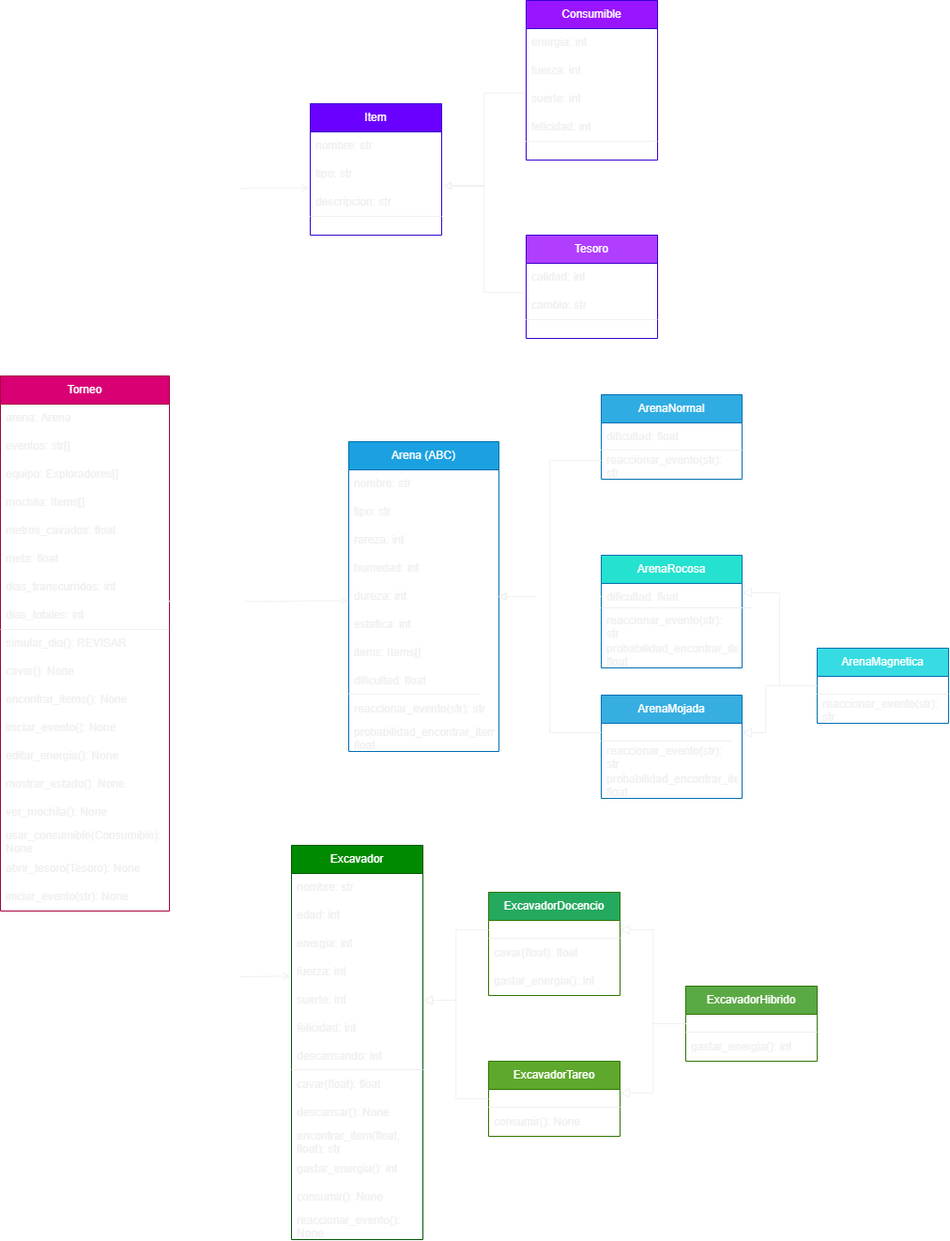
Earlier version of the draw.io export Tareas/T1/diagrama_clases.drawio.png (benjahuenchunir/benjahuenchunir-iic2233-2023-1). Source tidied: cells renumbered, new cells last; positions are measured from the earlier drawing's top-left corner, leaving out a move shared by most shapes.
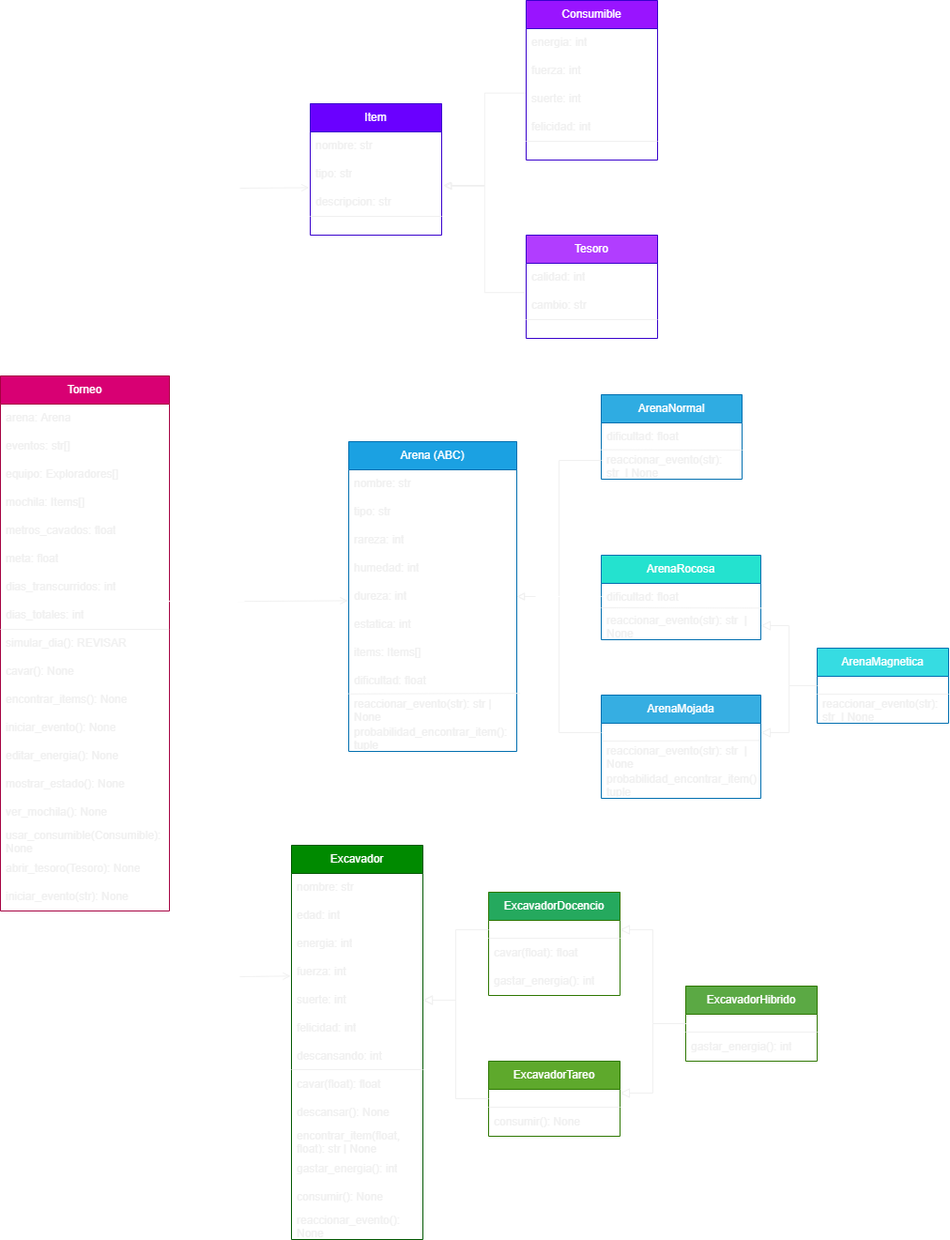
The same file after the commit.

Diff of the diagram source:
```diff
@@ -134,43 +134,42 @@
       <mxGeometry relative="1" as="geometry" />
     </mxCell>
     <mxCell id="42" value="Arena (ABC)" style="swimlane;fontStyle=0;horizontal=1;startSize=30;whiteSpace=wrap;html=1;fillColor=#1ba1e2;fontColor=#ffffff;strokeColor=#006EAF;swimlaneLine=1;glass=0;rounded=0;shadow=0;" parent="1" vertex="1">
-      <mxGeometry x="371" y="470" width="160" height="330" as="geometry" />
+      <mxGeometry x="371" y="470" width="179" height="330" as="geometry" />
     </mxCell>
     <mxCell id="43" value="nombre: str" style="text;strokeColor=none;fillColor=none;align=left;verticalAlign=middle;spacingLeft=4;spacingRight=4;overflow=hidden;whiteSpace=wrap;html=1;fontColor=#F0F0F0;" parent="42" vertex="1">
-      <mxGeometry y="30" width="160" height="30" as="geometry" />
+      <mxGeometry y="30" width="179" height="30" as="geometry" />
     </mxCell>
     <mxCell id="44" value="tipo: str" style="text;strokeColor=none;fillColor=none;align=left;verticalAlign=middle;spacingLeft=4;spacingRight=4;overflow=hidden;whiteSpace=wrap;html=1;fontColor=#F0F0F0;" parent="42" vertex="1">
-      <mxGeometry y="60" width="160" height="30" as="geometry" />
+      <mxGeometry y="60" width="179" height="30" as="geometry" />
     </mxCell>
     <mxCell id="45" value="rareza: int" style="text;strokeColor=none;fillColor=none;align=left;verticalAlign=middle;spacingLeft=4;spacingRight=4;overflow=hidden;whiteSpace=wrap;html=1;fontColor=#F0F0F0;" parent="42" vertex="1">
-      <mxGeometry y="90" width="160" height="30" as="geometry" />
+      <mxGeometry y="90" width="179" height="30" as="geometry" />
     </mxCell>
     <mxCell id="46" value="humedad: int" style="text;strokeColor=none;fillColor=none;align=left;verticalAlign=middle;spacingLeft=4;spacingRight=4;overflow=hidden;whiteSpace=wrap;html=1;fontColor=#F0F0F0;" parent="42" vertex="1">
-      <mxGeometry y="120" width="160" height="30" as="geometry" />
+      <mxGeometry y="120" width="179" height="30" as="geometry" />
     </mxCell>
     <mxCell id="47" value="dureza: int" style="text;strokeColor=none;fillColor=none;align=left;verticalAlign=middle;spacingLeft=4;spacingRight=4;overflow=hidden;points=[[0,0.5],[1,0.5]];portConstraint=eastwest;whiteSpace=wrap;html=1;fontColor=#F0F0F0;" parent="42" vertex="1">
-      <mxGeometry y="150" width="160" height="30" as="geometry" />
+      <mxGeometry y="150" width="179" height="30" as="geometry" />
     </mxCell>
     <mxCell id="48" value="estatica: int" style="text;strokeColor=none;fillColor=none;align=left;verticalAlign=middle;spacingLeft=4;spacingRight=4;overflow=hidden;whiteSpace=wrap;html=1;fontColor=#F0F0F0;" parent="42" vertex="1">
-      <mxGeometry y="180" width="160" height="30" as="geometry" />
+      <mxGeometry y="180" width="179" height="30" as="geometry" />
     </mxCell>
     <mxCell id="49" value="items: Items[]" style="text;strokeColor=none;fillColor=none;align=left;verticalAlign=middle;spacingLeft=4;spacingRight=4;overflow=hidden;whiteSpace=wrap;html=1;fontColor=#F0F0F0;" parent="42" vertex="1">
-      <mxGeometry y="210" width="160" height="30" as="geometry" />
+      <mxGeometry y="210" width="179" height="30" as="geometry" />
     </mxCell>
     <mxCell id="50" value="dificultad: float" style="text;strokeColor=none;fillColor=none;align=left;verticalAlign=middle;spacingLeft=4;spacingRight=4;overflow=hidden;whiteSpace=wrap;html=1;fontColor=#F0F0F0;" parent="42" vertex="1">
-      <mxGeometry y="240" width="160" height="30" as="geometry" />
+      <mxGeometry y="240" width="179" height="30" as="geometry" />
     </mxCell>
+    <mxCell id="52" value="reaccionar_evento(str): str | None" style="text;strokeColor=none;fillColor=none;align=left;verticalAlign=middle;spacingLeft=4;spacingRight=4;overflow=hidden;points=[[0,0.5],[1,0.5]];portConstraint=eastwest;whiteSpace=wrap;html=1;fontColor=#F0F0F0;" parent="42" vertex="1">
+      <mxGeometry y="270" width="179" height="30" as="geometry" />
+    </mxCell>
-    <mxCell id="51" style="endArrow=none;html=1;exitX=0;exitY=0.5;exitDx=0;exitDy=0;entryX=1;entryY=0.5;entryDx=0;entryDy=0;labelBackgroundColor=#F0F0F0;strokeColor=#F0F0F0;" parent="42" edge="1">
+    <mxCell id="51" style="endArrow=none;html=1;exitX=0;exitY=0.5;exitDx=0;exitDy=0;entryX=1.019;entryY=-0.061;entryDx=0;entryDy=0;labelBackgroundColor=#F0F0F0;strokeColor=#F0F0F0;entryPerimeter=0;" parent="42" edge="1" target="52">
       <mxGeometry relative="1" as="geometry">
         <mxPoint y="268.8" as="sourcePoint" />
-        <mxPoint x="140" y="268.8" as="targetPoint" />
       </mxGeometry>
     </mxCell>
-    <mxCell id="52" value="reaccionar_evento(str): str" style="text;strokeColor=none;fillColor=none;align=left;verticalAlign=middle;spacingLeft=4;spacingRight=4;overflow=hidden;points=[[0,0.5],[1,0.5]];portConstraint=eastwest;whiteSpace=wrap;html=1;fontColor=#F0F0F0;" parent="42" vertex="1">
-      <mxGeometry y="270" width="160" height="30" as="geometry" />
-    </mxCell>
-    <mxCell id="53" value="probabilidad_encontrar_item(): float" style="text;strokeColor=none;fillColor=none;align=left;verticalAlign=middle;spacingLeft=4;spacingRight=4;overflow=hidden;whiteSpace=wrap;html=1;fontColor=#F0F0F0;" parent="42" vertex="1">
-      <mxGeometry y="300" width="160" height="30" as="geometry" />
+    <mxCell id="53" value="probabilidad_encontrar_item(): tuple" style="text;strokeColor=none;fillColor=none;align=left;verticalAlign=middle;spacingLeft=4;spacingRight=4;overflow=hidden;whiteSpace=wrap;html=1;fontColor=#F0F0F0;" parent="42" vertex="1">
+      <mxGeometry y="300" width="179" height="30" as="geometry" />
     </mxCell>
     <mxCell id="54" value="Excavador" style="swimlane;fontStyle=0;horizontal=1;startSize=30;whiteSpace=wrap;html=1;fillColor=#008a00;fontColor=#ffffff;strokeColor=#005700;swimlaneLine=1;glass=0;rounded=0;shadow=0;" parent="1" vertex="1">
       <mxGeometry x="310" y="900" width="140" height="420" as="geometry" />
@@ -208,7 +207,7 @@
     <mxCell id="64" value="descansar(): None" style="text;strokeColor=none;fillColor=none;align=left;verticalAlign=middle;spacingLeft=4;spacingRight=4;overflow=hidden;whiteSpace=wrap;html=1;fontColor=#F0F0F0;" parent="54" vertex="1">
       <mxGeometry y="270" width="140" height="30" as="geometry" />
     </mxCell>
-    <mxCell id="65" value="encontrar_item(float, float): str&lt;span style=&quot;color: rgba(0, 0, 0, 0); font-family: monospace; font-size: 0px;&quot;&gt;%3CmxGraphModel%3E%3Croot%3E%3CmxCell%20id%3D%220%22%2F%3E%3CmxCell%20id%3D%221%22%20parent%3D%220%22%2F%3E%3CmxCell%20id%3D%222%22%20value%3D%22cavar%22%20style%3D%22text%3BstrokeColor%3Dnone%3BfillColor%3Dnone%3Balign%3Dleft%3BverticalAlign%3Dmiddle%3BspacingLeft%3D4%3BspacingRight%3D4%3Boverflow%3Dhidden%3Bpoints%3D%5B%5B0%2C0.5%5D%2C%5B1%2C0.5%5D%5D%3BportConstraint%3Deastwest%3Brotatable%3D0%3BwhiteSpace%3Dwrap%3Bhtml%3D1%3BfontColor%3D%23F0F0F0%3B%22%20vertex%3D%221%22%20parent%3D%221%22%3E%3CmxGeometry%20x%3D%22330%22%20y%3D%221080%22%20width%3D%22140%22%20height%3D%2230%22%20as%3D%22geometry%22%2F%3E%3C%2FmxCell%3E%3C%2Froot%3E%3C%2FmxGraphModel%3E&lt;/span&gt;" style="text;strokeColor=none;fillColor=none;align=left;verticalAlign=middle;spacingLeft=4;spacingRight=4;overflow=hidden;whiteSpace=wrap;html=1;fontColor=#F0F0F0;" parent="54" vertex="1">
+    <mxCell id="65" value="encontrar_item(float, float): str | None&lt;span style=&quot;color: rgba(0, 0, 0, 0); font-family: monospace; font-size: 0px;&quot;&gt;%3CmxGraphModel%3E%3Croot%3E%3CmxCell%20id%3D%220%22%2F%3E%3CmxCell%20id%3D%221%22%20parent%3D%220%22%2F%3E%3CmxCell%20id%3D%222%22%20value%3D%22cavar%22%20style%3D%22text%3BstrokeColor%3Dnone%3BfillColor%3Dnone%3Balign%3Dleft%3BverticalAlign%3Dmiddle%3BspacingLeft%3D4%3BspacingRight%3D4%3Boverflow%3Dhidden%3Bpoints%3D%5B%5B0%2C0.5%5D%2C%5B1%2C0.5%5D%5D%3BportConstraint%3Deastwest%3Brotatable%3D0%3BwhiteSpace%3Dwrap%3Bhtml%3D1%3BfontColor%3D%23F0F0F0%3B%22%20vertex%3D%221%22%20parent%3D%221%22%3E%3CmxGeometry%20x%3D%22330%22%20y%3D%221080%22%20width%3D%22140%22%20height%3D%2230%22%20as%3D%22geometry%22%2F%3E%3C%2FmxCell%3E%3C%2Froot%3E%3C%2FmxGraphModel%3E&lt;/span&gt;" style="text;strokeColor=none;fillColor=none;align=left;verticalAlign=middle;spacingLeft=4;spacingRight=4;overflow=hidden;whiteSpace=wrap;html=1;fontColor=#F0F0F0;" parent="54" vertex="1">
       <mxGeometry y="300" width="140" height="30" as="geometry" />
     </mxCell>
     <mxCell id="66" value="gastar_energia(): int" style="text;strokeColor=none;fillColor=none;align=left;verticalAlign=middle;spacingLeft=4;spacingRight=4;overflow=hidden;whiteSpace=wrap;html=1;fontColor=#F0F0F0;" parent="54" vertex="1">
@@ -306,7 +305,7 @@
     <mxCell id="93" value="dificultad: float" style="text;strokeColor=none;fillColor=none;align=left;verticalAlign=middle;spacingLeft=4;spacingRight=4;overflow=hidden;whiteSpace=wrap;html=1;fontColor=#F0F0F0;" parent="92" vertex="1">
       <mxGeometry y="30" width="150" height="30" as="geometry" />
     </mxCell>
-    <mxCell id="94" value="reaccionar_evento(str): str" style="text;strokeColor=none;fillColor=none;align=left;verticalAlign=middle;spacingLeft=4;spacingRight=4;overflow=hidden;whiteSpace=wrap;html=1;fontColor=#F0F0F0;" parent="92" vertex="1">
+    <mxCell id="94" value="reaccionar_evento(str): str&amp;nbsp;&amp;nbsp;| None" style="text;strokeColor=none;fillColor=none;align=left;verticalAlign=middle;spacingLeft=4;spacingRight=4;overflow=hidden;whiteSpace=wrap;html=1;fontColor=#F0F0F0;" parent="92" vertex="1">
       <mxGeometry y="60" width="150" height="30" as="geometry" />
     </mxCell>
     <mxCell id="95" style="endArrow=none;html=1;exitX=0;exitY=0.5;exitDx=0;exitDy=0;labelBackgroundColor=#F0F0F0;strokeColor=#F0F0F0;" parent="92" edge="1">
@@ -316,40 +315,35 @@
       </mxGeometry>
     </mxCell>
     <mxCell id="96" value="ArenaRocosa" style="swimlane;fontStyle=0;horizontal=1;startSize=30;whiteSpace=wrap;html=1;fillColor=#24E2CF;fontColor=#ffffff;strokeColor=#006EAF;swimlaneLine=1;glass=0;rounded=0;shadow=0;" parent="1" vertex="1">
-      <mxGeometry x="640" y="591" width="150" height="120" as="geometry" />
+      <mxGeometry x="640" y="591" width="170" height="90" as="geometry" />
     </mxCell>
     <mxCell id="97" value="dificultad: float" style="text;strokeColor=none;fillColor=none;align=left;verticalAlign=middle;spacingLeft=4;spacingRight=4;overflow=hidden;points=[[0,0.5],[1,0.5]];portConstraint=eastwest;whiteSpace=wrap;html=1;fontColor=#F0F0F0;" parent="96" vertex="1">
-      <mxGeometry y="30" width="150" height="30" as="geometry" />
+      <mxGeometry y="30" width="170" height="30" as="geometry" />
     </mxCell>
-    <mxCell id="98" style="endArrow=none;html=1;exitX=0;exitY=0.5;exitDx=0;exitDy=0;labelBackgroundColor=#F0F0F0;strokeColor=#F0F0F0;" parent="96" edge="1">
+    <mxCell id="98" style="endArrow=none;html=1;exitX=0;exitY=0.5;exitDx=0;exitDy=0;labelBackgroundColor=#F0F0F0;strokeColor=#F0F0F0;entryX=1.005;entryY=0.878;entryDx=0;entryDy=0;entryPerimeter=0;" parent="96" edge="1" target="97">
       <mxGeometry relative="1" as="geometry">
         <mxPoint y="56" as="sourcePoint" />
-        <mxPoint x="160" y="56" as="targetPoint" />
       </mxGeometry>
     </mxCell>
-    <mxCell id="99" value="reaccionar_evento(str): str" style="text;strokeColor=none;fillColor=none;align=left;verticalAlign=middle;spacingLeft=4;spacingRight=4;overflow=hidden;points=[[0,0.5],[1,0.5]];portConstraint=eastwest;whiteSpace=wrap;html=1;fontColor=#F0F0F0;" parent="96" vertex="1">
-      <mxGeometry y="60" width="150" height="30" as="geometry" />
+    <mxCell id="99" value="reaccionar_evento(str): str&amp;nbsp;&amp;nbsp;| None" style="text;strokeColor=none;fillColor=none;align=left;verticalAlign=middle;spacingLeft=4;spacingRight=4;overflow=hidden;points=[[0,0.5],[1,0.5]];portConstraint=eastwest;whiteSpace=wrap;html=1;fontColor=#F0F0F0;" parent="96" vertex="1">
+      <mxGeometry y="60" width="170" height="30" as="geometry" />
     </mxCell>
-    <mxCell id="100" value="probabilidad_encontrar_item(): float" style="text;strokeColor=none;fillColor=none;align=left;verticalAlign=middle;spacingLeft=4;spacingRight=4;overflow=hidden;whiteSpace=wrap;html=1;fontColor=#F0F0F0;" parent="96" vertex="1">
-      <mxGeometry y="90" width="150" height="30" as="geometry" />
-    </mxCell>
     <mxCell id="101" value="ArenaMojada" style="swimlane;fontStyle=0;horizontal=1;startSize=30;whiteSpace=wrap;html=1;fillColor=#36AEE2;fontColor=#ffffff;strokeColor=#006EAF;swimlaneLine=1;glass=0;rounded=0;shadow=0;" parent="1" vertex="1">
-      <mxGeometry x="640" y="740" width="150" height="110" as="geometry" />
+      <mxGeometry x="640" y="740" width="170" height="110" as="geometry" />
     </mxCell>
     <mxCell id="102" style="text;strokeColor=none;fillColor=none;align=left;verticalAlign=middle;spacingLeft=4;spacingRight=4;overflow=hidden;points=[[0,0.5],[1,0.5]];portConstraint=eastwest;whiteSpace=wrap;html=1;fontColor=#F0F0F0;" parent="101" vertex="1">
-      <mxGeometry y="30" width="150" height="20" as="geometry" />
+      <mxGeometry y="30" width="170" height="20" as="geometry" />
     </mxCell>
+    <mxCell id="104" value="reaccionar_evento(str): str&amp;nbsp;&amp;nbsp;| None" style="text;strokeColor=none;fillColor=none;align=left;verticalAlign=middle;spacingLeft=4;spacingRight=4;overflow=hidden;points=[[0,0.5],[1,0.5]];portConstraint=eastwest;whiteSpace=wrap;html=1;fontColor=#F0F0F0;" parent="101" vertex="1">
+      <mxGeometry y="50" width="170" height="30" as="geometry" />
+    </mxCell>
-    <mxCell id="103" style="endArrow=none;html=1;exitX=0;exitY=0.5;exitDx=0;exitDy=0;entryX=1;entryY=0.5;entryDx=0;entryDy=0;labelBackgroundColor=#F0F0F0;strokeColor=#F0F0F0;" parent="101" edge="1">
+    <mxCell id="103" style="endArrow=none;html=1;exitX=0;exitY=0.5;exitDx=0;exitDy=0;entryX=0.992;entryY=-0.056;entryDx=0;entryDy=0;labelBackgroundColor=#F0F0F0;strokeColor=#F0F0F0;entryPerimeter=0;" parent="101" edge="1" target="104">
       <mxGeometry relative="1" as="geometry">
-        <mxPoint y="49" as="sourcePoint" />
-        <mxPoint x="140" y="49" as="targetPoint" />
+        <mxPoint x="2" y="49" as="sourcePoint" />
       </mxGeometry>
     </mxCell>
-    <mxCell id="104" value="reaccionar_evento(str): str" style="text;strokeColor=none;fillColor=none;align=left;verticalAlign=middle;spacingLeft=4;spacingRight=4;overflow=hidden;points=[[0,0.5],[1,0.5]];portConstraint=eastwest;whiteSpace=wrap;html=1;fontColor=#F0F0F0;" parent="101" vertex="1">
-      <mxGeometry y="50" width="150" height="30" as="geometry" />
-    </mxCell>
-    <mxCell id="105" value="probabilidad_encontrar_item(): float" style="text;strokeColor=none;fillColor=none;align=left;verticalAlign=middle;spacingLeft=4;spacingRight=4;overflow=hidden;whiteSpace=wrap;html=1;fontColor=#F0F0F0;" parent="101" vertex="1">
-      <mxGeometry y="80" width="150" height="30" as="geometry" />
+    <mxCell id="105" value="probabilidad_encontrar_item(): tuple" style="text;strokeColor=none;fillColor=none;align=left;verticalAlign=middle;spacingLeft=4;spacingRight=4;overflow=hidden;whiteSpace=wrap;html=1;fontColor=#F0F0F0;" parent="101" vertex="1">
+      <mxGeometry y="80" width="170" height="30" as="geometry" />
     </mxCell>
     <mxCell id="106" value="ArenaMagnetica" style="swimlane;fontStyle=0;horizontal=1;startSize=30;whiteSpace=wrap;html=1;fillColor=#36DCE2;fontColor=#ffffff;strokeColor=#006EAF;swimlaneLine=1;glass=0;rounded=0;shadow=0;" parent="1" vertex="1">
       <mxGeometry x="870" y="690" width="140" height="80" as="geometry" />
@@ -363,29 +357,29 @@
         <mxPoint x="140" y="49" as="targetPoint" />
       </mxGeometry>
     </mxCell>
-    <mxCell id="109" value="reaccionar_evento(str): str" style="text;strokeColor=none;fillColor=none;align=left;verticalAlign=middle;spacingLeft=4;spacingRight=4;overflow=hidden;whiteSpace=wrap;html=1;fontColor=#F0F0F0;" parent="106" vertex="1">
+    <mxCell id="109" value="reaccionar_evento(str): str&amp;nbsp;&amp;nbsp;| None" style="text;strokeColor=none;fillColor=none;align=left;verticalAlign=middle;spacingLeft=4;spacingRight=4;overflow=hidden;whiteSpace=wrap;html=1;fontColor=#F0F0F0;" parent="106" vertex="1">
       <mxGeometry y="50" width="140" height="30" as="geometry" />
     </mxCell>
     <mxCell id="110" style="edgeStyle=elbowEdgeStyle;elbow=horizontal;endArrow=block;html=1;curved=0;rounded=0;labelBackgroundColor=#F0F0F0;strokeColor=#F0F0F0;fontColor=#F0F0F0;entryX=1;entryY=0.5;entryDx=0;entryDy=0;exitX=0;exitY=0.5;exitDx=0;exitDy=0;endFill=0;" parent="1" edge="1" source="102" target="47">
       <mxGeometry relative="1" as="geometry" />
     </mxCell>
-    <mxCell id="111" style="edgeStyle=elbowEdgeStyle;elbow=horizontal;endArrow=block;html=1;curved=0;rounded=0;labelBackgroundColor=#F0F0F0;strokeColor=#F0F0F0;fontColor=#F0F0F0;exitX=0;exitY=0.5;exitDx=0;exitDy=0;endFill=0;" parent="1" edge="1">
+    <mxCell id="111" style="edgeStyle=elbowEdgeStyle;elbow=horizontal;endArrow=block;html=1;curved=0;rounded=0;labelBackgroundColor=#F0F0F0;strokeColor=#F0F0F0;fontColor=#F0F0F0;exitX=0;exitY=0.5;exitDx=0;exitDy=0;endFill=0;entryX=1;entryY=0.5;entryDx=0;entryDy=0;" parent="1" edge="1" target="47">
       <mxGeometry relative="1" as="geometry">
         <mxPoint x="640" y="490" as="sourcePoint" />
-        <mxPoint x="530" y="635" as="targetPoint" />
       </mxGeometry>
     </mxCell>
     <mxCell id="112" style="line;strokeWidth=1;html=1;fillColor=#FFFFFF;strokeColor=#FFFFFF;" parent="1" vertex="1">
       <mxGeometry x="570" y="630" width="70" height="10" as="geometry" />
     </mxCell>
-    <mxCell id="113" style="edgeStyle=elbowEdgeStyle;elbow=horizontal;endArrow=block;html=1;curved=0;rounded=0;endSize=8;startSize=8;labelBackgroundColor=#F0F0F0;strokeColor=#F0F0F0;fontColor=#F0F0F0;endFill=0;entryX=1;entryY=0.5;entryDx=0;entryDy=0;exitX=0;exitY=0.5;exitDx=0;exitDy=0;" parent="1" edge="1" source="107">
-      <mxGeometry relative="1" as="geometry">
-        <mxPoint x="790" y="631" as="targetPoint" />
-      </mxGeometry>
+    <mxCell id="113" style="edgeStyle=elbowEdgeStyle;elbow=horizontal;endArrow=block;html=1;curved=0;rounded=0;endSize=8;startSize=8;labelBackgroundColor=#F0F0F0;strokeColor=#F0F0F0;fontColor=#F0F0F0;endFill=0;entryX=1;entryY=0.5;entryDx=0;entryDy=0;exitX=0;exitY=0.5;exitDx=0;exitDy=0;" parent="1" edge="1" source="107" target="99">
+      <mxGeometry relative="1" as="geometry" />
     </mxCell>
     <mxCell id="114" style="edgeStyle=elbowEdgeStyle;elbow=horizontal;endArrow=block;html=1;curved=0;rounded=0;endSize=8;startSize=8;labelBackgroundColor=#F0F0F0;strokeColor=#F0F0F0;fontColor=#F0F0F0;endFill=0;entryX=1;entryY=0.5;entryDx=0;entryDy=0;" parent="1" edge="1" target="102">
       <mxGeometry relative="1" as="geometry">
         <mxPoint x="840" y="730" as="sourcePoint" />
+        <Array as="points">
+          <mxPoint x="840" y="760" />
+        </Array>
       </mxGeometry>
     </mxCell>
   </root>
```
